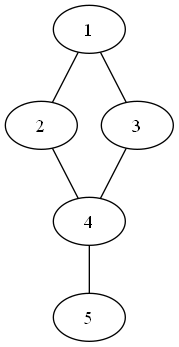
Above: src/graph.dot.png in RenatBogdanov/Struct2025_Lab_2 (Graphviz), before the change. Its source is kept beside it as src/graph.dot.
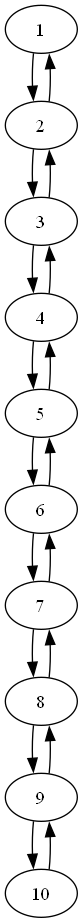
After the change.

Commit message:
Fully rendering graph

Diff of the diagram source:
```diff
@@ -1,8 +1,20 @@
 digraph G {
-edge [dir=none];
     1 -> 2;
-    1 -> 3;
-    2 -> 4;
+    2 -> 1;
+    2 -> 3;
+    3 -> 2;
     3 -> 4;
+    4 -> 3;
     4 -> 5;
+    5 -> 4;
+    5 -> 6;
+    6 -> 5;
+    6 -> 7;
+    7 -> 6;
+    7 -> 8;
+    8 -> 7;
+    8 -> 9;
+    9 -> 8;
+    9 -> 10;
+    10 -> 9;
 }
```
